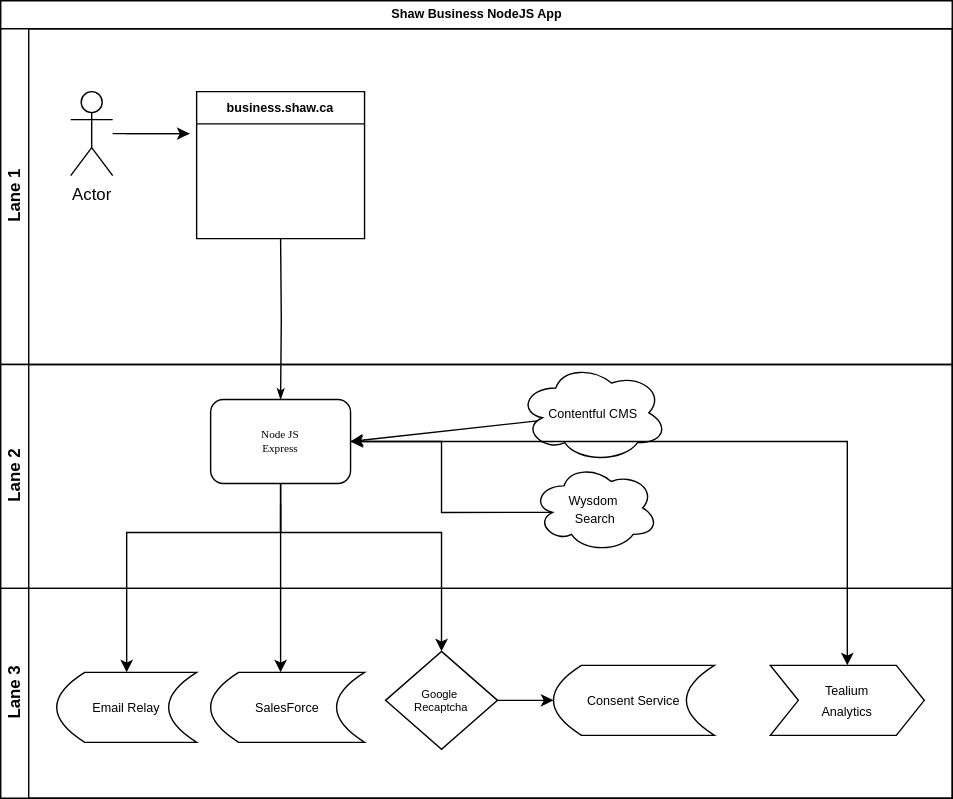
szokrika/chart keeps this draw.io diagram as chart.drawio.svg. Above is the earlier version. Source tidied: cells renumbered, new cells last; positions are measured from the earlier drawing's top-left corner, leaving out a move shared by most shapes.
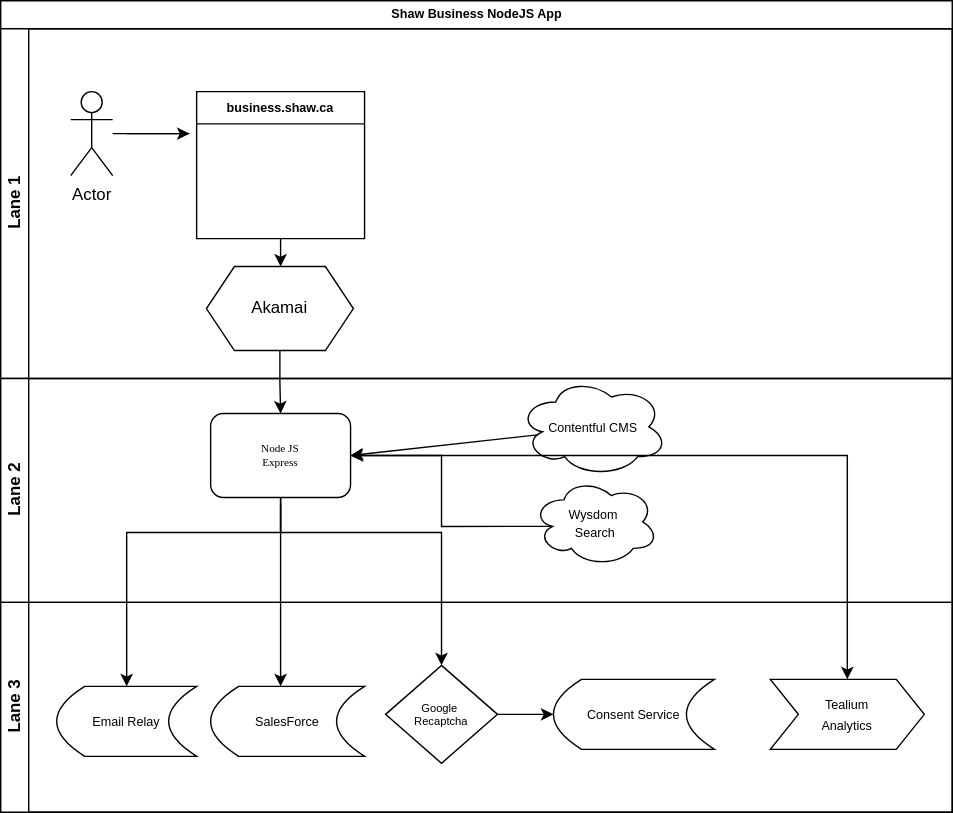
Later version of the same file.

The edit, as a diff of the source:
```diff
@@ -3,10 +3,10 @@
     <mxCell id="0" />
     <mxCell id="1" parent="0" />
     <mxCell id="2" value="&lt;font style=&quot;font-size: 9px;&quot; face=&quot;Helvetica&quot;&gt;Shaw Business NodeJS App&lt;/font&gt;" style="swimlane;html=1;horizontal=1;startSize=20;rounded=0;shadow=0;labelBackgroundColor=none;strokeWidth=1;fontFamily=Verdana;fontSize=8;align=center;" parent="1" vertex="1">
-      <mxGeometry width="680" height="570" as="geometry" />
+      <mxGeometry width="680" height="580" as="geometry" />
     </mxCell>
     <mxCell id="3" value="Lane 1" style="swimlane;html=1;startSize=20;horizontal=0;" parent="2" vertex="1">
-      <mxGeometry y="20" width="680" height="240" as="geometry" />
+      <mxGeometry y="20" width="680" height="250" as="geometry" />
     </mxCell>
     <mxCell id="4" style="edgeStyle=orthogonalEdgeStyle;rounded=0;html=1;labelBackgroundColor=none;startArrow=none;startFill=0;startSize=5;endArrow=classicThin;endFill=1;endSize=5;jettySize=auto;orthogonalLoop=1;strokeWidth=1;fontFamily=Verdana;fontSize=8;" parent="3" edge="1">
       <mxGeometry relative="1" as="geometry">
@@ -22,11 +22,17 @@
     <mxCell id="6" value="Actor" style="shape=umlActor;verticalLabelPosition=bottom;verticalAlign=top;html=1;outlineConnect=0;" parent="3" vertex="1">
       <mxGeometry x="50" y="45" width="30" height="60" as="geometry" />
     </mxCell>
+    <mxCell id="26" style="edgeStyle=orthogonalEdgeStyle;rounded=0;jettySize=auto;html=1;" parent="3" edge="1" source="7" target="27">
+      <mxGeometry relative="1" as="geometry" />
+    </mxCell>
     <mxCell id="7" value="&lt;font style=&quot;font-size: 9px;&quot;&gt;business.shaw.ca&lt;/font&gt;" style="swimlane;whiteSpace=wrap;html=1;" parent="3" vertex="1">
       <mxGeometry x="140" y="45" width="120" height="105" as="geometry" />
     </mxCell>
+    <mxCell id="27" value="Akamai" style="shape=hexagon;perimeter=hexagonPerimeter2;whiteSpace=wrap;html=1;fixedSize=1;" parent="3" vertex="1">
+      <mxGeometry x="147" y="170" width="105" height="60" as="geometry" />
+    </mxCell>
     <mxCell id="8" value="Lane 2" style="swimlane;html=1;startSize=20;horizontal=0;" parent="2" vertex="1">
-      <mxGeometry y="260" width="680" height="160" as="geometry" />
+      <mxGeometry y="270" width="680" height="160" as="geometry" />
     </mxCell>
     <mxCell id="9" value="Node JS &lt;br&gt;Express" style="rounded=1;whiteSpace=wrap;html=1;shadow=0;labelBackgroundColor=none;strokeWidth=1;fontFamily=Verdana;fontSize=8;align=center;" parent="8" vertex="1">
       <mxGeometry x="150" y="25" width="100" height="60" as="geometry" />
@@ -43,11 +49,6 @@
     <mxCell id="13" value="&lt;p style=&quot;line-height: 100%;&quot;&gt;&lt;font style=&quot;font-size: 9px;&quot;&gt;Wysdom&amp;nbsp;&lt;br&gt;Search&lt;/font&gt;&lt;br&gt;&lt;/p&gt;" style="ellipse;shape=cloud;whiteSpace=wrap;html=1;" parent="8" vertex="1">
       <mxGeometry x="380" y="71" width="90" height="63" as="geometry" />
     </mxCell>
-    <mxCell id="14" style="edgeStyle=orthogonalEdgeStyle;rounded=0;html=1;labelBackgroundColor=none;startArrow=none;startFill=0;startSize=5;endArrow=classicThin;endFill=1;endSize=5;jettySize=auto;strokeWidth=1;fontFamily=Verdana;fontSize=8;" parent="2" edge="1" target="9">
-      <mxGeometry relative="1" as="geometry">
-        <mxPoint x="200" y="170" as="sourcePoint" />
-      </mxGeometry>
-    </mxCell>
     <mxCell id="15" style="edgeStyle=orthogonalEdgeStyle;rounded=0;jettySize=auto;html=1;" parent="2" edge="1" target="17">
       <mxGeometry relative="1" as="geometry">
         <mxPoint x="200" y="360" as="sourcePoint" />
@@ -58,7 +59,7 @@
       </mxGeometry>
     </mxCell>
     <mxCell id="16" value="Lane 3" style="swimlane;html=1;startSize=20;horizontal=0;" parent="2" vertex="1">
-      <mxGeometry y="420" width="680" height="150" as="geometry" />
+      <mxGeometry y="430" width="680" height="150" as="geometry" />
     </mxCell>
     <mxCell id="17" value="&lt;font style=&quot;font-size: 9px;&quot;&gt;Email Relay&lt;/font&gt;" style="shape=dataStorage;whiteSpace=wrap;html=1;fixedSize=1;" parent="16" vertex="1">
       <mxGeometry x="40" y="60" width="100" height="50" as="geometry" />
@@ -97,5 +98,8 @@
     <mxCell id="25" style="edgeStyle=orthogonalEdgeStyle;rounded=0;jettySize=auto;html=1;" parent="2" edge="1" source="9" target="22">
       <mxGeometry relative="1" as="geometry" />
     </mxCell>
+    <mxCell id="28" style="edgeStyle=orthogonalEdgeStyle;rounded=0;jettySize=auto;html=1;" parent="2" edge="1" source="27" target="9">
+      <mxGeometry relative="1" as="geometry" />
+    </mxCell>
   </root>
 </mxGraphModel>
```
